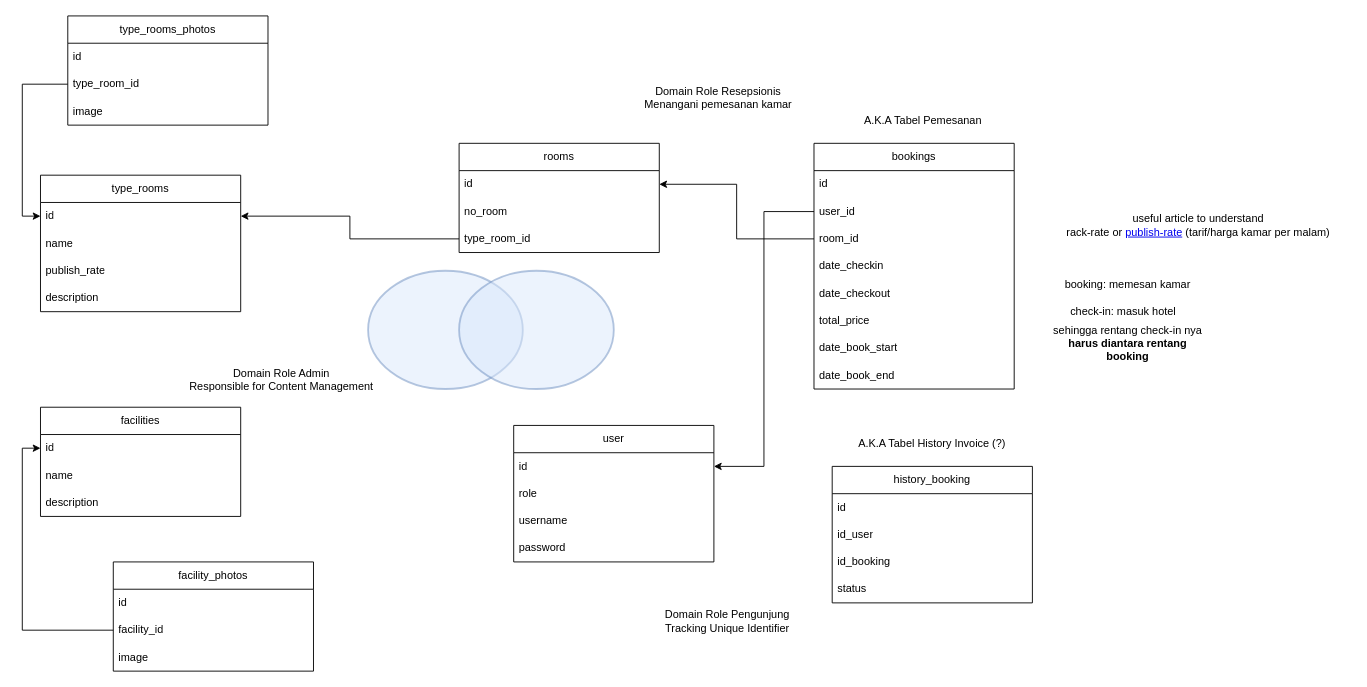
The draw.io diagram ERD.drawio in ahmadxgani/oishi_hotel, before the edit. Source tidied: cells renumbered, new cells numbered last; positions are measured from the earlier drawing's top-left corner, leaving out a move shared by most shapes. Both pictures are drawn from the tidied source at 91%, with x=0, y=0 at pixel (40, 15).
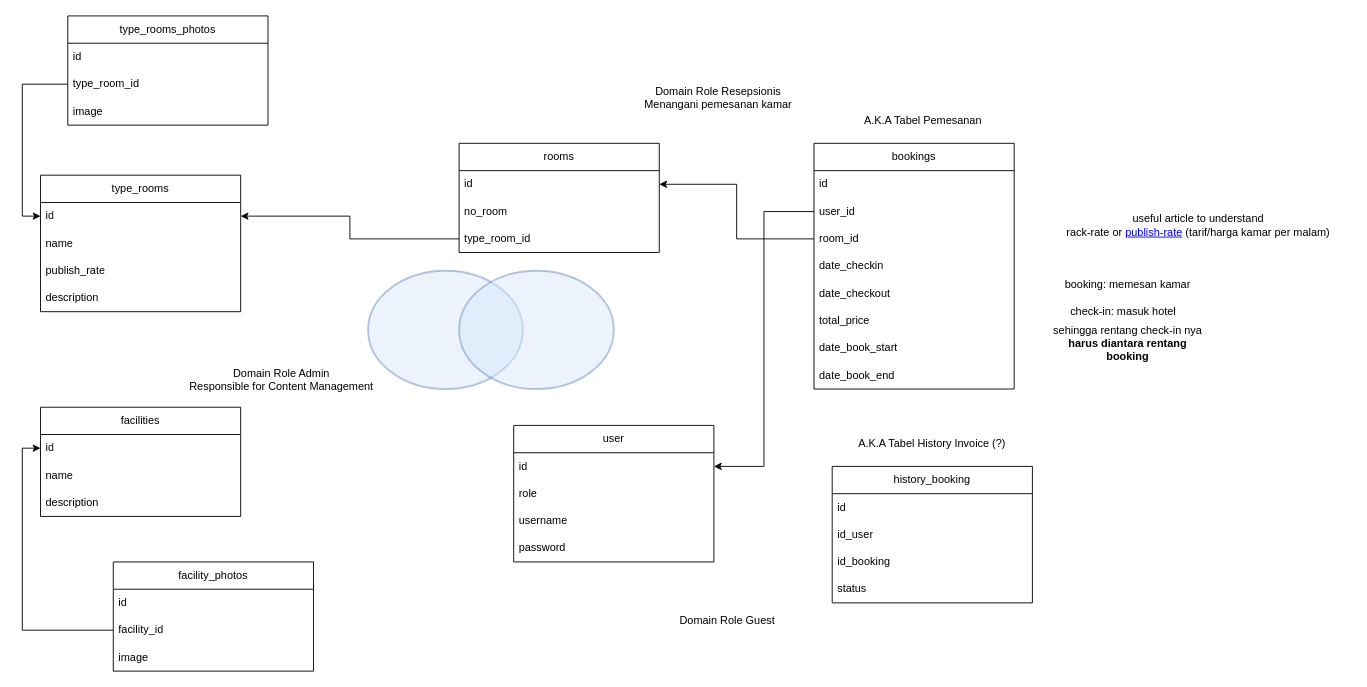
The same page after the edit.

The edit, as a diff of the source:
```diff
@@
-    <mxCell id="34" value="Domain Role Pengunjung&lt;br&gt;Tracking Unique Identifier" style="text;html=1;strokeColor=none;fillColor=none;align=center;verticalAlign=middle;whiteSpace=wrap;rounded=0;" parent="1" vertex="1">
+    <mxCell id="34" value="Domain Role Guest" style="text;html=1;strokeColor=none;fillColor=none;align=center;verticalAlign=middle;whiteSpace=wrap;rounded=0;" parent="1" vertex="1">
       <mxGeometry x="670" y="645" width="170" height="40" as="geometry" />
     </mxCell>
```
